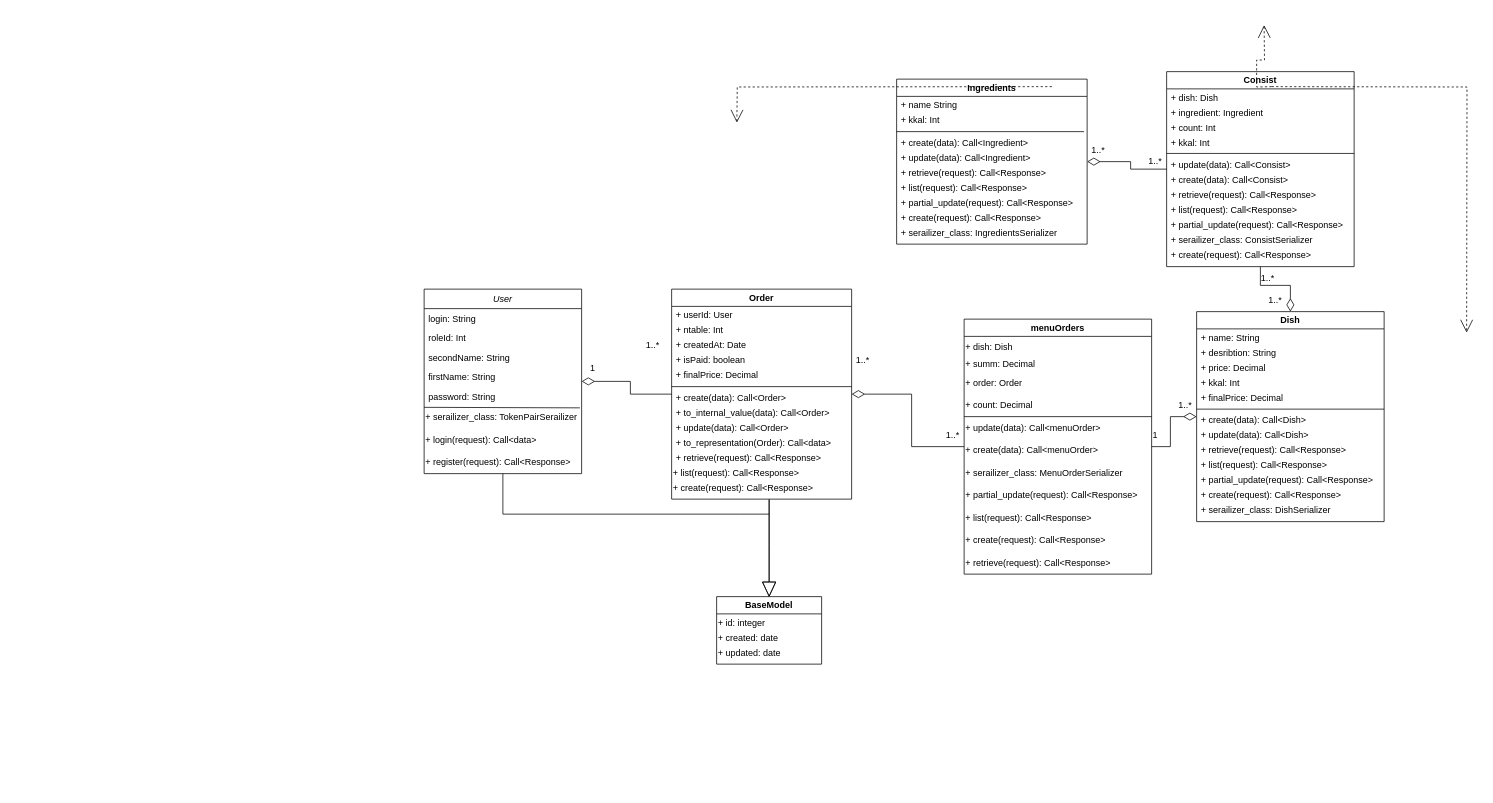
Above: diagrams/class_diagram.drawio in PyroGodz/ProjectionInternetSystems (draw.io), before the change. Source tidied: cells renumbered, new cells numbered last; positions are measured from the earlier drawing's top-left corner, leaving out a move shared by most shapes. Both pictures are drawn from the tidied source at 75%, with x=0, y=0 at pixel (424, 25).
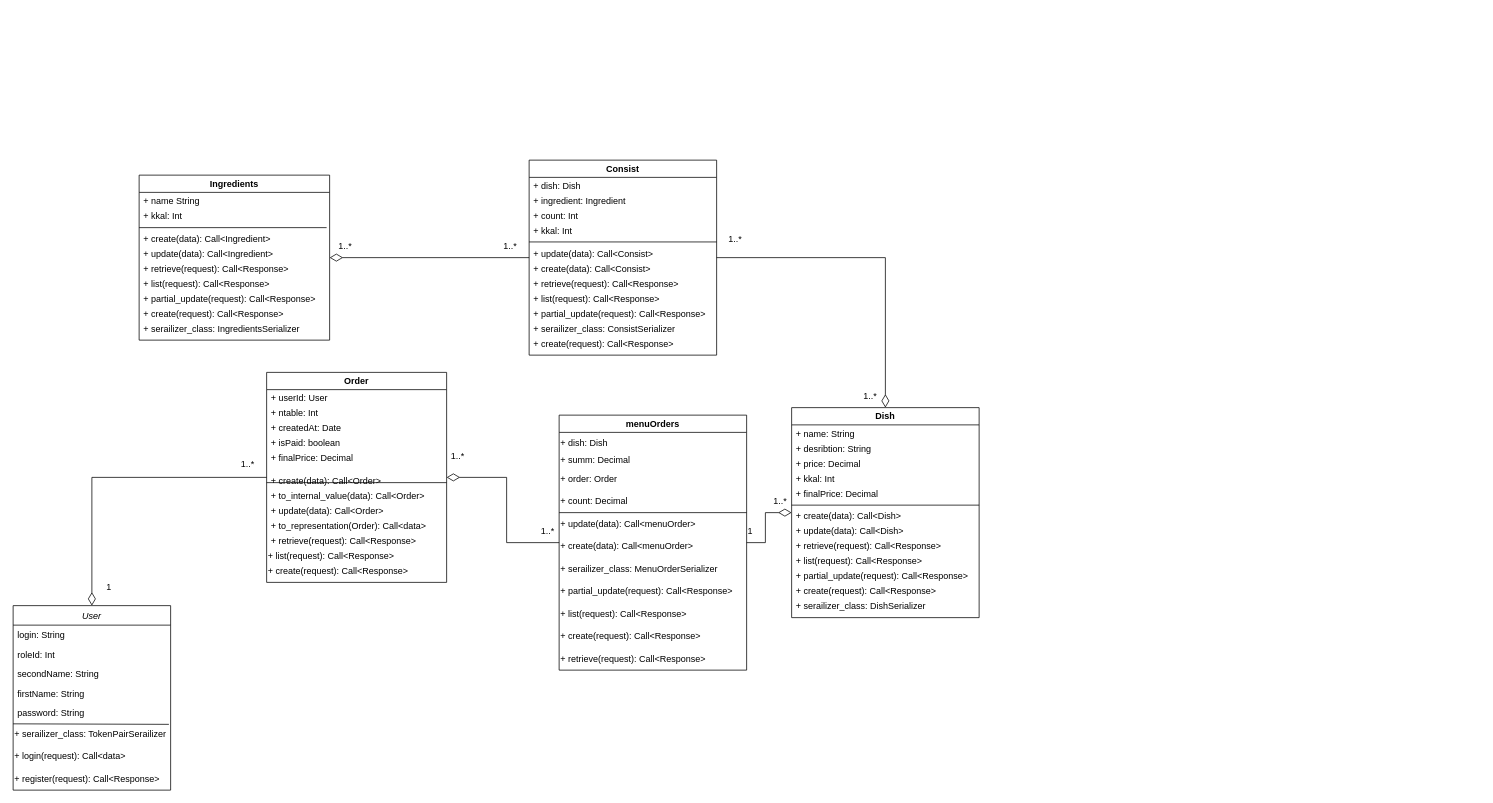
The same page after the edit.

What changed in the source:
```diff
@@
     <mxCell id="2" value="User" style="swimlane;fontStyle=2;align=center;verticalAlign=top;horizontal=1;startSize=26;rounded=0;shadow=0;strokeWidth=1;swimlaneFillColor=none;" parent="1" vertex="1">
-      <mxGeometry y="352" width="210" height="246" as="geometry" />
+      <mxGeometry x="-548" y="774" width="210" height="246" as="geometry" />
     </mxCell>
@@
     <mxCell id="12" value="Order" style="swimlane;whiteSpace=wrap;html=1;" parent="1" vertex="1">
-      <mxGeometry x="330" y="352" width="240" height="280" as="geometry" />
+      <mxGeometry x="-210" y="463" width="240" height="280" as="geometry" />
     </mxCell>
@@
     <mxCell id="26" value="1..*" style="text;html=1;strokeColor=none;fillColor=none;align=center;verticalAlign=middle;whiteSpace=wrap;rounded=0;" parent="1" vertex="1">
-      <mxGeometry x="290" y="412" width="30" height="30" as="geometry" />
+      <mxGeometry x="-250" y="570" width="30" height="30" as="geometry" />
     </mxCell>
     <mxCell id="27" value="1" style="text;html=1;strokeColor=none;fillColor=none;align=center;verticalAlign=middle;whiteSpace=wrap;rounded=0;" parent="1" vertex="1">
-      <mxGeometry x="210" y="442" width="30" height="30" as="geometry" />
+      <mxGeometry x="-435" y="735" width="30" height="30" as="geometry" />
     </mxCell>
-    <mxCell id="28" value="BaseModel" style="swimlane;whiteSpace=wrap;html=1;" parent="1" vertex="1">
-      <mxGeometry x="390" y="762" width="140" height="90" as="geometry" />
-    </mxCell>
-    <mxCell id="29" value="+ created: date" style="text;html=1;align=left;verticalAlign=middle;strokeColor=none;fillColor=none;" parent="28" vertex="1">
-      <mxGeometry y="40" width="100" height="30" as="geometry" />
-    </mxCell>
-    <mxCell id="30" value="+ id: integer" style="text;html=1;align=left;verticalAlign=middle;strokeColor=none;fillColor=none;" parent="28" vertex="1">
-      <mxGeometry y="20" width="90" height="30" as="geometry" />
-    </mxCell>
-    <mxCell id="31" value="+ updated: date" style="text;html=1;align=left;verticalAlign=middle;strokeColor=none;fillColor=none;" parent="28" vertex="1">
-      <mxGeometry y="60" width="110" height="30" as="geometry" />
-    </mxCell>
-    <mxCell id="32" style="shape=flexArrow;endArrow=classic;html=1;rounded=0;endWidth=16.4375;endSize=6;width=0.25;entryX=0.5;entryY=0;entryDx=0;entryDy=0;" parent="1" edge="1" target="28">
-      <mxGeometry relative="1" as="geometry">
-        <mxPoint x="460" y="632" as="sourcePoint" />
-        <Array as="points">
-          <mxPoint x="460" y="652" />
-          <mxPoint x="460" y="692" />
-        </Array>
-      </mxGeometry>
-    </mxCell>
-    <mxCell id="33" style="endArrow=none;html=1;rounded=0;" parent="1" edge="1" source="2">
-      <mxGeometry relative="1" as="geometry">
-        <mxPoint x="460" y="652" as="targetPoint" />
-        <Array as="points">
-          <mxPoint x="105" y="652" />
-          <mxPoint x="420" y="652" />
-        </Array>
-      </mxGeometry>
-    </mxCell>
     <mxCell id="34" value="menuOrders" style="swimlane;whiteSpace=wrap;html=1;" parent="1" vertex="1">
-      <mxGeometry x="720" y="392" width="250" height="340" as="geometry" />
+      <mxGeometry x="180" y="520" width="250" height="340" as="geometry" />
     </mxCell>
@@
     <mxCell id="47" value="1..*" style="text;html=1;strokeColor=none;fillColor=none;align=center;verticalAlign=middle;whiteSpace=wrap;rounded=0;" parent="1" vertex="1">
-      <mxGeometry x="570" y="432" width="30" height="30" as="geometry" />
+      <mxGeometry x="30" y="560" width="30" height="30" as="geometry" />
     </mxCell>
     <mxCell id="48" value="1..*" style="text;html=1;strokeColor=none;fillColor=none;align=center;verticalAlign=middle;whiteSpace=wrap;rounded=0;" parent="1" vertex="1">
-      <mxGeometry x="690" y="532" width="30" height="30" as="geometry" />
+      <mxGeometry x="150" y="660" width="30" height="30" as="geometry" />
     </mxCell>
@@
     <mxCell id="50" value="Dish" style="swimlane;whiteSpace=wrap;html=1;" parent="1" vertex="1">
-      <mxGeometry x="1030" y="382" width="250" height="280" as="geometry" />
+      <mxGeometry x="490" y="510" width="250" height="280" as="geometry" />
     </mxCell>
@@
     <mxCell id="64" value="Consist" style="swimlane;whiteSpace=wrap;html=1;" parent="1" vertex="1">
-      <mxGeometry x="990" y="62" width="250" height="260" as="geometry" />
+      <mxGeometry x="140" y="180" width="250" height="260" as="geometry" />
     </mxCell>
@@
     <mxCell id="77" value="Ingredients" style="swimlane;whiteSpace=wrap;html=1;" parent="1" vertex="1">
-      <mxGeometry x="630" y="72" width="254" height="220" as="geometry" />
+      <mxGeometry x="-380" y="200" width="254" height="220" as="geometry" />
     </mxCell>
@@
     <mxCell id="91" value="1..*" style="text;html=1;strokeColor=none;fillColor=none;align=center;verticalAlign=middle;whiteSpace=wrap;rounded=0;" parent="1" vertex="1">
-      <mxGeometry x="1000" y="492" width="30" height="30" as="geometry" />
+      <mxGeometry x="460" y="620" width="30" height="30" as="geometry" />
     </mxCell>
     <mxCell id="92" value="1" style="text;html=1;strokeColor=none;fillColor=none;align=center;verticalAlign=middle;whiteSpace=wrap;rounded=0;" parent="1" vertex="1">
-      <mxGeometry x="960" y="532" width="30" height="30" as="geometry" />
+      <mxGeometry x="420" y="660" width="30" height="30" as="geometry" />
     </mxCell>
     <mxCell id="93" value="1..*" style="text;html=1;strokeColor=none;fillColor=none;align=center;verticalAlign=middle;whiteSpace=wrap;rounded=0;" parent="1" vertex="1">
-      <mxGeometry x="1120" y="352" width="30" height="30" as="geometry" />
+      <mxGeometry x="580" y="480" width="30" height="30" as="geometry" />
     </mxCell>
     <mxCell id="94" value="1..*" style="text;html=1;strokeColor=none;fillColor=none;align=center;verticalAlign=middle;whiteSpace=wrap;rounded=0;" parent="1" vertex="1">
-      <mxGeometry x="1110" y="322" width="30" height="30" as="geometry" />
+      <mxGeometry x="400" y="270" width="30" height="30" as="geometry" />
     </mxCell>
     <mxCell id="95" value="1..*" style="text;html=1;strokeColor=none;fillColor=none;align=center;verticalAlign=middle;whiteSpace=wrap;rounded=0;" parent="1" vertex="1">
-      <mxGeometry x="884" y="152" width="30" height="30" as="geometry" />
+      <mxGeometry x="-120" y="280" width="30" height="30" as="geometry" />
     </mxCell>
     <mxCell id="96" value="1..*" style="text;html=1;strokeColor=none;fillColor=none;align=center;verticalAlign=middle;whiteSpace=wrap;rounded=0;" parent="1" vertex="1">
-      <mxGeometry x="960" y="167" width="30" height="30" as="geometry" />
+      <mxGeometry x="100" y="280" width="30" height="30" as="geometry" />
     </mxCell>
-    <mxCell id="97" style="edgeStyle=orthogonalEdgeStyle;rounded=0;orthogonalLoop=1;jettySize=auto;html=1;dashed=1;strokeWidth=1;endArrow=open;endFill=0;endSize=15;targetPerimeterSpacing=2;" parent="1" edge="1">
-      <mxGeometry relative="1" as="geometry">
-        <mxPoint x="837" y="82" as="sourcePoint" />
-        <mxPoint x="417" y="130" as="targetPoint" />
-      </mxGeometry>
-    </mxCell>
-    <mxCell id="98" style="edgeStyle=orthogonalEdgeStyle;rounded=0;orthogonalLoop=1;jettySize=auto;html=1;dashed=1;strokeWidth=1;endArrow=open;endFill=0;endSize=15;targetPerimeterSpacing=2;" parent="1" edge="1">
-      <mxGeometry relative="1" as="geometry">
-        <mxPoint x="1130" y="82" as="sourcePoint" />
-        <mxPoint x="1390" y="410" as="targetPoint" />
-      </mxGeometry>
-    </mxCell>
-    <mxCell id="99" style="edgeStyle=orthogonalEdgeStyle;rounded=0;orthogonalLoop=1;jettySize=auto;html=1;dashed=1;strokeWidth=1;endArrow=open;endFill=0;endSize=15;targetPerimeterSpacing=2;" parent="1" edge="1">
-      <mxGeometry relative="1" as="geometry">
-        <mxPoint x="1130" y="82" as="sourcePoint" />
-        <mxPoint x="1120" as="targetPoint" />
-      </mxGeometry>
-    </mxCell>
     <mxCell id="100" style="endArrow=none;html=1;rounded=0;" parent="1" edge="1">
       <mxGeometry relative="1" as="geometry">
-        <mxPoint x="330" y="482" as="sourcePoint" />
-        <mxPoint x="570" y="482" as="targetPoint" />
+        <mxPoint x="-210" y="610" as="sourcePoint" />
+        <mxPoint x="30" y="610" as="targetPoint" />
       </mxGeometry>
     </mxCell>
```
